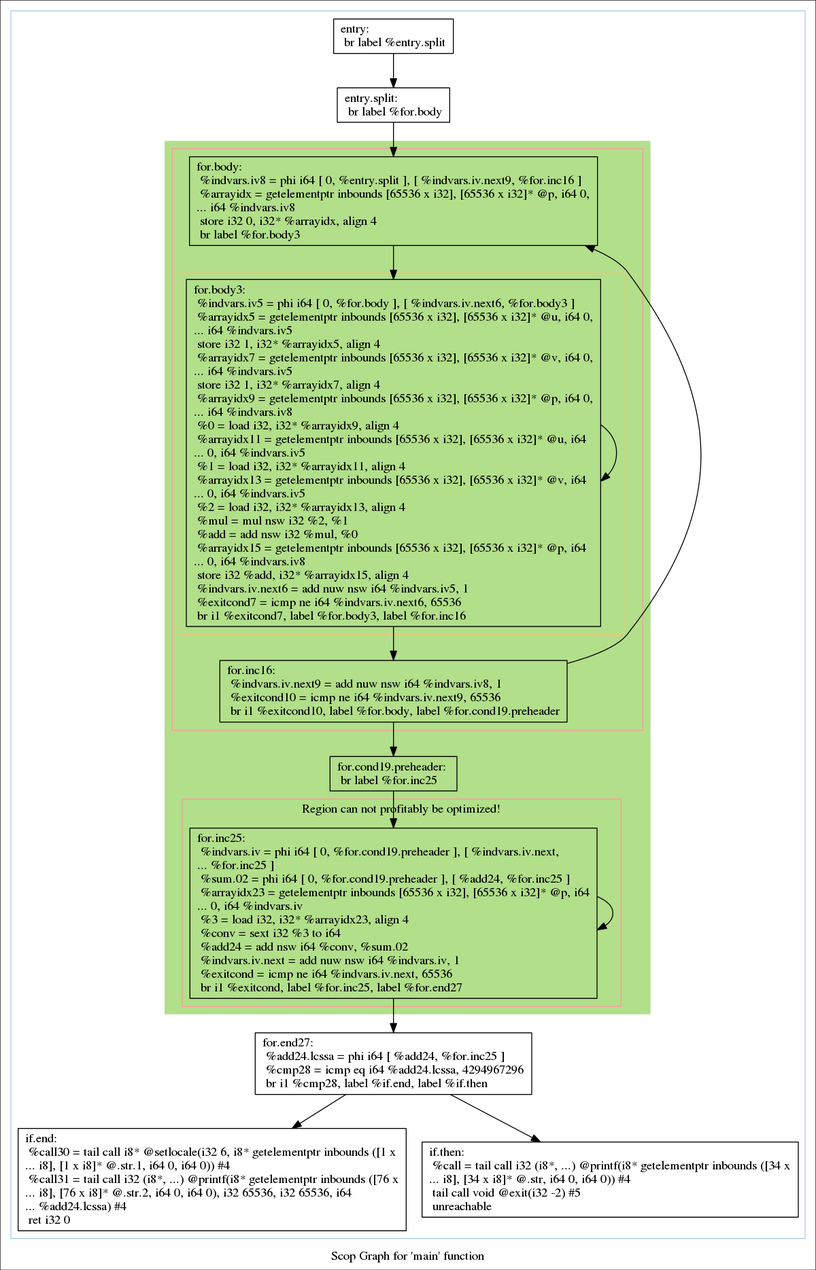
Earlier version of the Graphviz export polly/VectorMult/impl/handwritten/dot/scops.main.dot.png (samminweng/WhileyOpenCL). Its source is kept beside it as polly/VectorMult/impl/handwritten/dot/scops.main.dot. Source of this version:
```dot
digraph "Scop Graph for 'main' function" {
	label="Scop Graph for 'main' function";

	Node0x530cc50 [shape=record,label="{entry:\l  br label %entry.split\l}"];
	Node0x530cc50 -> Node0x530cf10;
	Node0x530cf10 [shape=record,label="{entry.split:                                      \l  br label %for.body\l}"];
	Node0x530cf10 -> Node0x530cd70;
	Node0x530cd70 [shape=record,label="{for.body:                                         \l  %indvars.iv8 = phi i64 [ 0, %entry.split ], [ %indvars.iv.next9, %for.inc16 ]\l  %arrayidx = getelementptr inbounds [65536 x i32], [65536 x i32]* @p, i64 0,\l... i64 %indvars.iv8\l  store i32 0, i32* %arrayidx, align 4\l  br label %for.body3\l}"];
	Node0x530cd70 -> Node0x531f900;
	Node0x531f900 [shape=record,label="{for.body3:                                        \l  %indvars.iv5 = phi i64 [ 0, %for.body ], [ %indvars.iv.next6, %for.body3 ]\l  %arrayidx5 = getelementptr inbounds [65536 x i32], [65536 x i32]* @u, i64 0,\l... i64 %indvars.iv5\l  store i32 1, i32* %arrayidx5, align 4\l  %arrayidx7 = getelementptr inbounds [65536 x i32], [65536 x i32]* @v, i64 0,\l... i64 %indvars.iv5\l  store i32 1, i32* %arrayidx7, align 4\l  %arrayidx9 = getelementptr inbounds [65536 x i32], [65536 x i32]* @p, i64 0,\l... i64 %indvars.iv8\l  %0 = load i32, i32* %arrayidx9, align 4\l  %arrayidx11 = getelementptr inbounds [65536 x i32], [65536 x i32]* @u, i64\l... 0, i64 %indvars.iv5\l  %1 = load i32, i32* %arrayidx11, align 4\l  %arrayidx13 = getelementptr inbounds [65536 x i32], [65536 x i32]* @v, i64\l... 0, i64 %indvars.iv5\l  %2 = load i32, i32* %arrayidx13, align 4\l  %mul = mul nsw i32 %2, %1\l  %add = add nsw i32 %mul, %0\l  %arrayidx15 = getelementptr inbounds [65536 x i32], [65536 x i32]* @p, i64\l... 0, i64 %indvars.iv8\l  store i32 %add, i32* %arrayidx15, align 4\l  %indvars.iv.next6 = add nuw nsw i64 %indvars.iv5, 1\l  %exitcond7 = icmp ne i64 %indvars.iv.next6, 65536\l  br i1 %exitcond7, label %for.body3, label %for.inc16\l}"];
	Node0x531f900 -> Node0x531f900[constraint=false];
	Node0x531f900 -> Node0x531b1b0;
	Node0x531b1b0 [shape=record,label="{for.inc16:                                        \l  %indvars.iv.next9 = add nuw nsw i64 %indvars.iv8, 1\l  %exitcond10 = icmp ne i64 %indvars.iv.next9, 65536\l  br i1 %exitcond10, label %for.body, label %for.cond19.preheader\l}"];
	Node0x531b1b0 -> Node0x530cd70[constraint=false];
	Node0x531b1b0 -> Node0x531d260;
	Node0x531d260 [shape=record,label="{for.cond19.preheader:                             \l  br label %for.inc25\l}"];
	Node0x531d260 -> Node0x531f890;
	Node0x531f890 [shape=record,label="{for.inc25:                                        \l  %indvars.iv = phi i64 [ 0, %for.cond19.preheader ], [ %indvars.iv.next,\l... %for.inc25 ]\l  %sum.02 = phi i64 [ 0, %for.cond19.preheader ], [ %add24, %for.inc25 ]\l  %arrayidx23 = getelementptr inbounds [65536 x i32], [65536 x i32]* @p, i64\l... 0, i64 %indvars.iv\l  %3 = load i32, i32* %arrayidx23, align 4\l  %conv = sext i32 %3 to i64\l  %add24 = add nsw i64 %conv, %sum.02\l  %indvars.iv.next = add nuw nsw i64 %indvars.iv, 1\l  %exitcond = icmp ne i64 %indvars.iv.next, 65536\l  br i1 %exitcond, label %for.inc25, label %for.end27\l}"];
	Node0x531f890 -> Node0x531f890[constraint=false];
	Node0x531f890 -> Node0x531d100;
	Node0x531d100 [shape=record,label="{for.end27:                                        \l  %add24.lcssa = phi i64 [ %add24, %for.inc25 ]\l  %cmp28 = icmp eq i64 %add24.lcssa, 4294967296\l  br i1 %cmp28, label %if.end, label %if.then\l}"];
	Node0x531d100 -> Node0x531eaf0;
	Node0x531d100 -> Node0x531d200;
	Node0x531eaf0 [shape=record,label="{if.end:                                           \l  %call30 = tail call i8* @setlocale(i32 6, i8* getelementptr inbounds ([1 x\l... i8], [1 x i8]* @.str.1, i64 0, i64 0)) #4\l  %call31 = tail call i32 (i8*, ...) @printf(i8* getelementptr inbounds ([76 x\l... i8], [76 x i8]* @.str.2, i64 0, i64 0), i32 65536, i32 65536, i64\l... %add24.lcssa) #4\l  ret i32 0\l}"];
	Node0x531d200 [shape=record,label="{if.then:                                          \l  %call = tail call i32 (i8*, ...) @printf(i8* getelementptr inbounds ([34 x\l... i8], [34 x i8]* @.str, i64 0, i64 0)) #4\l  tail call void @exit(i32 -2) #5\l  unreachable\l}"];
	colorscheme = "paired12"
        subgraph cluster_0x530cbd0 {
          label = "";
          style = solid;
          color = 1
          subgraph cluster_0x531e5c0 {
            label = "";
            style = filled;
            color = 3            subgraph cluster_0x530dfb0 {
              label = "";
              style = solid;
              color = 5
              subgraph cluster_0x530df30 {
                label = "";
                style = solid;
                color = 7
                Node0x531f900;
              }
              Node0x530cd70;
              Node0x531b1b0;
            }
            subgraph cluster_0x530ccf0 {
              label = "Region can not profitably be optimized!";
              style = solid;
              color = 5
              Node0x531f890;
            }
            Node0x531d260;
          }
          Node0x530cc50;
          Node0x530cf10;
          Node0x531d100;
          Node0x531eaf0;
          Node0x531d200;
        }
}
```
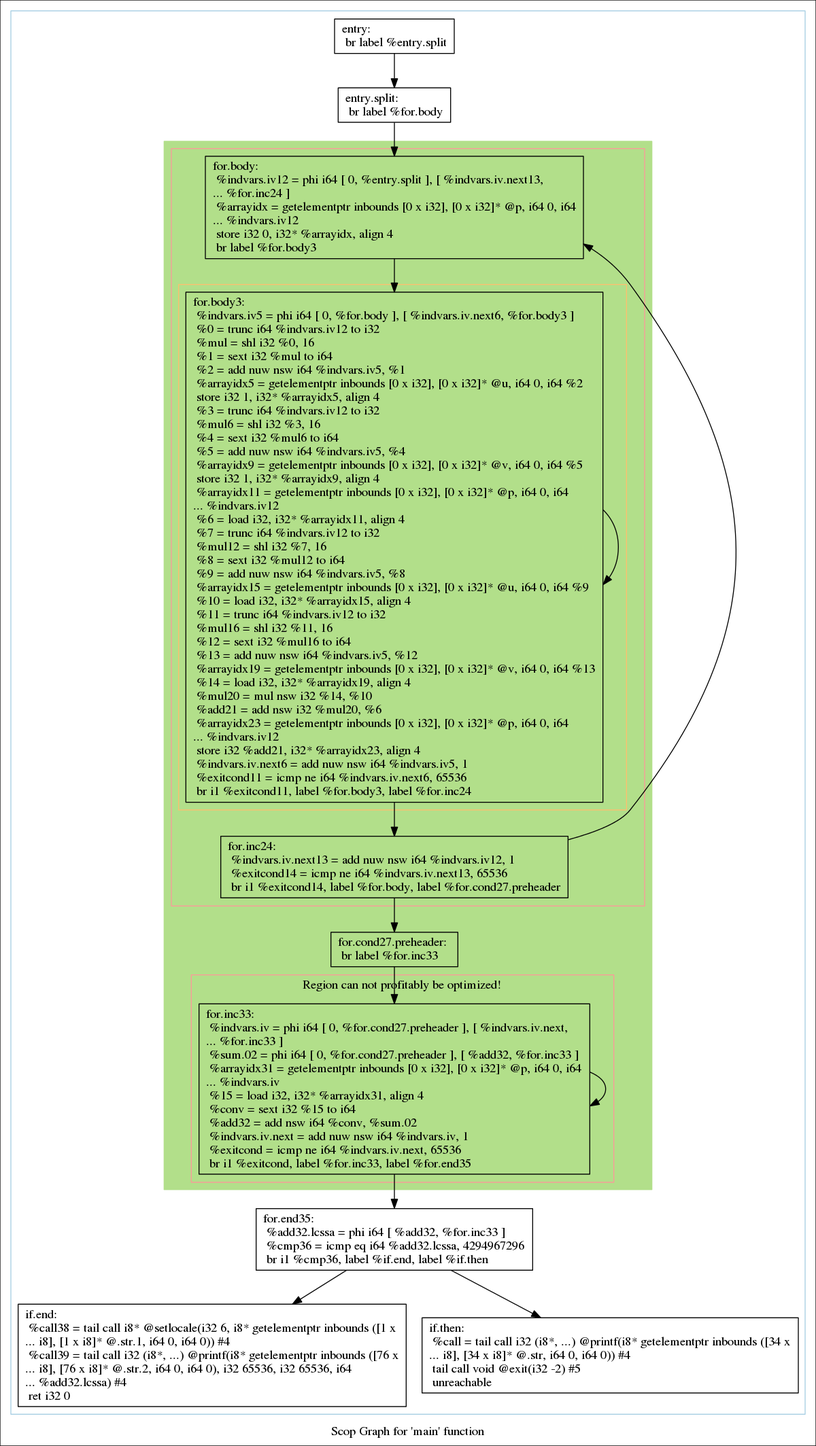
The same file after the commit.

Diff of the diagram source:
```diff
@@ -1,61 +1,61 @@
 digraph "Scop Graph for 'main' function" {
 	label="Scop Graph for 'main' function";
 
-	Node0x530cc50 [shape=record,label="{entry:\l  br label %entry.split\l}"];
-	Node0x530cc50 -> Node0x530cf10;
-	Node0x530cf10 [shape=record,label="{entry.split:                                      \l  br label %for.body\l}"];
-	Node0x530cf10 -> Node0x530cd70;
-	Node0x530cd70 [shape=record,label="{for.body:                                         \l  %indvars.iv8 = phi i64 [ 0, %entry.split ], [ %indvars.iv.next9, %for.inc16 ]\l  %arrayidx = getelementptr inbounds [65536 x i32], [65536 x i32]* @p, i64 0,\l... i64 %indvars.iv8\l  store i32 0, i32* %arrayidx, align 4\l  br label %for.body3\l}"];
-	Node0x530cd70 -> Node0x531f900;
-	Node0x531f900 [shape=record,label="{for.body3:                                        \l  %indvars.iv5 = phi i64 [ 0, %for.body ], [ %indvars.iv.next6, %for.body3 ]\l  %arrayidx5 = getelementptr inbounds [65536 x i32], [65536 x i32]* @u, i64 0,\l... i64 %indvars.iv5\l  store i32 1, i32* %arrayidx5, align 4\l  %arrayidx7 = getelementptr inbounds [65536 x i32], [65536 x i32]* @v, i64 0,\l... i64 %indvars.iv5\l  store i32 1, i32* %arrayidx7, align 4\l  %arrayidx9 = getelementptr inbounds [65536 x i32], [65536 x i32]* @p, i64 0,\l... i64 %indvars.iv8\l  %0 = load i32, i32* %arrayidx9, align 4\l  %arrayidx11 = getelementptr inbounds [65536 x i32], [65536 x i32]* @u, i64\l... 0, i64 %indvars.iv5\l  %1 = load i32, i32* %arrayidx11, align 4\l  %arrayidx13 = getelementptr inbounds [65536 x i32], [65536 x i32]* @v, i64\l... 0, i64 %indvars.iv5\l  %2 = load i32, i32* %arrayidx13, align 4\l  %mul = mul nsw i32 %2, %1\l  %add = add nsw i32 %mul, %0\l  %arrayidx15 = getelementptr inbounds [65536 x i32], [65536 x i32]* @p, i64\l... 0, i64 %indvars.iv8\l  store i32 %add, i32* %arrayidx15, align 4\l  %indvars.iv.next6 = add nuw nsw i64 %indvars.iv5, 1\l  %exitcond7 = icmp ne i64 %indvars.iv.next6, 65536\l  br i1 %exitcond7, label %for.body3, label %for.inc16\l}"];
-	Node0x531f900 -> Node0x531f900[constraint=false];
-	Node0x531f900 -> Node0x531b1b0;
-	Node0x531b1b0 [shape=record,label="{for.inc16:                                        \l  %indvars.iv.next9 = add nuw nsw i64 %indvars.iv8, 1\l  %exitcond10 = icmp ne i64 %indvars.iv.next9, 65536\l  br i1 %exitcond10, label %for.body, label %for.cond19.preheader\l}"];
-	Node0x531b1b0 -> Node0x530cd70[constraint=false];
-	Node0x531b1b0 -> Node0x531d260;
-	Node0x531d260 [shape=record,label="{for.cond19.preheader:                             \l  br label %for.inc25\l}"];
-	Node0x531d260 -> Node0x531f890;
-	Node0x531f890 [shape=record,label="{for.inc25:                                        \l  %indvars.iv = phi i64 [ 0, %for.cond19.preheader ], [ %indvars.iv.next,\l... %for.inc25 ]\l  %sum.02 = phi i64 [ 0, %for.cond19.preheader ], [ %add24, %for.inc25 ]\l  %arrayidx23 = getelementptr inbounds [65536 x i32], [65536 x i32]* @p, i64\l... 0, i64 %indvars.iv\l  %3 = load i32, i32* %arrayidx23, align 4\l  %conv = sext i32 %3 to i64\l  %add24 = add nsw i64 %conv, %sum.02\l  %indvars.iv.next = add nuw nsw i64 %indvars.iv, 1\l  %exitcond = icmp ne i64 %indvars.iv.next, 65536\l  br i1 %exitcond, label %for.inc25, label %for.end27\l}"];
-	Node0x531f890 -> Node0x531f890[constraint=false];
-	Node0x531f890 -> Node0x531d100;
-	Node0x531d100 [shape=record,label="{for.end27:                                        \l  %add24.lcssa = phi i64 [ %add24, %for.inc25 ]\l  %cmp28 = icmp eq i64 %add24.lcssa, 4294967296\l  br i1 %cmp28, label %if.end, label %if.then\l}"];
-	Node0x531d100 -> Node0x531eaf0;
-	Node0x531d100 -> Node0x531d200;
-	Node0x531eaf0 [shape=record,label="{if.end:                                           \l  %call30 = tail call i8* @setlocale(i32 6, i8* getelementptr inbounds ([1 x\l... i8], [1 x i8]* @.str.1, i64 0, i64 0)) #4\l  %call31 = tail call i32 (i8*, ...) @printf(i8* getelementptr inbounds ([76 x\l... i8], [76 x i8]* @.str.2, i64 0, i64 0), i32 65536, i32 65536, i64\l... %add24.lcssa) #4\l  ret i32 0\l}"];
-	Node0x531d200 [shape=record,label="{if.then:                                          \l  %call = tail call i32 (i8*, ...) @printf(i8* getelementptr inbounds ([34 x\l... i8], [34 x i8]* @.str, i64 0, i64 0)) #4\l  tail call void @exit(i32 -2) #5\l  unreachable\l}"];
+	Node0x523b450 [shape=record,label="{entry:\l  br label %entry.split\l}"];
+	Node0x523b450 -> Node0x524df10;
+	Node0x524df10 [shape=record,label="{entry.split:                                      \l  br label %for.body\l}"];
+	Node0x524df10 -> Node0x523b570;
+	Node0x523b570 [shape=record,label="{for.body:                                         \l  %indvars.iv12 = phi i64 [ 0, %entry.split ], [ %indvars.iv.next13,\l... %for.inc24 ]\l  %arrayidx = getelementptr inbounds [0 x i32], [0 x i32]* @p, i64 0, i64\l... %indvars.iv12\l  store i32 0, i32* %arrayidx, align 4\l  br label %for.body3\l}"];
+	Node0x523b570 -> Node0x5250170;
+	Node0x5250170 [shape=record,label="{for.body3:                                        \l  %indvars.iv5 = phi i64 [ 0, %for.body ], [ %indvars.iv.next6, %for.body3 ]\l  %0 = trunc i64 %indvars.iv12 to i32\l  %mul = shl i32 %0, 16\l  %1 = sext i32 %mul to i64\l  %2 = add nuw nsw i64 %indvars.iv5, %1\l  %arrayidx5 = getelementptr inbounds [0 x i32], [0 x i32]* @u, i64 0, i64 %2\l  store i32 1, i32* %arrayidx5, align 4\l  %3 = trunc i64 %indvars.iv12 to i32\l  %mul6 = shl i32 %3, 16\l  %4 = sext i32 %mul6 to i64\l  %5 = add nuw nsw i64 %indvars.iv5, %4\l  %arrayidx9 = getelementptr inbounds [0 x i32], [0 x i32]* @v, i64 0, i64 %5\l  store i32 1, i32* %arrayidx9, align 4\l  %arrayidx11 = getelementptr inbounds [0 x i32], [0 x i32]* @p, i64 0, i64\l... %indvars.iv12\l  %6 = load i32, i32* %arrayidx11, align 4\l  %7 = trunc i64 %indvars.iv12 to i32\l  %mul12 = shl i32 %7, 16\l  %8 = sext i32 %mul12 to i64\l  %9 = add nuw nsw i64 %indvars.iv5, %8\l  %arrayidx15 = getelementptr inbounds [0 x i32], [0 x i32]* @u, i64 0, i64 %9\l  %10 = load i32, i32* %arrayidx15, align 4\l  %11 = trunc i64 %indvars.iv12 to i32\l  %mul16 = shl i32 %11, 16\l  %12 = sext i32 %mul16 to i64\l  %13 = add nuw nsw i64 %indvars.iv5, %12\l  %arrayidx19 = getelementptr inbounds [0 x i32], [0 x i32]* @v, i64 0, i64 %13\l  %14 = load i32, i32* %arrayidx19, align 4\l  %mul20 = mul nsw i32 %14, %10\l  %add21 = add nsw i32 %mul20, %6\l  %arrayidx23 = getelementptr inbounds [0 x i32], [0 x i32]* @p, i64 0, i64\l... %indvars.iv12\l  store i32 %add21, i32* %arrayidx23, align 4\l  %indvars.iv.next6 = add nuw nsw i64 %indvars.iv5, 1\l  %exitcond11 = icmp ne i64 %indvars.iv.next6, 65536\l  br i1 %exitcond11, label %for.body3, label %for.inc24\l}"];
+	Node0x5250170 -> Node0x5250170[constraint=false];
+	Node0x5250170 -> Node0x5249c50;
+	Node0x5249c50 [shape=record,label="{for.inc24:                                        \l  %indvars.iv.next13 = add nuw nsw i64 %indvars.iv12, 1\l  %exitcond14 = icmp ne i64 %indvars.iv.next13, 65536\l  br i1 %exitcond14, label %for.body, label %for.cond27.preheader\l}"];
+	Node0x5249c50 -> Node0x523b570[constraint=false];
+	Node0x5249c50 -> Node0x524dc10;
+	Node0x524dc10 [shape=record,label="{for.cond27.preheader:                             \l  br label %for.inc33\l}"];
+	Node0x524dc10 -> Node0x524d7b0;
+	Node0x524d7b0 [shape=record,label="{for.inc33:                                        \l  %indvars.iv = phi i64 [ 0, %for.cond27.preheader ], [ %indvars.iv.next,\l... %for.inc33 ]\l  %sum.02 = phi i64 [ 0, %for.cond27.preheader ], [ %add32, %for.inc33 ]\l  %arrayidx31 = getelementptr inbounds [0 x i32], [0 x i32]* @p, i64 0, i64\l... %indvars.iv\l  %15 = load i32, i32* %arrayidx31, align 4\l  %conv = sext i32 %15 to i64\l  %add32 = add nsw i64 %conv, %sum.02\l  %indvars.iv.next = add nuw nsw i64 %indvars.iv, 1\l  %exitcond = icmp ne i64 %indvars.iv.next, 65536\l  br i1 %exitcond, label %for.inc33, label %for.end35\l}"];
+	Node0x524d7b0 -> Node0x524d7b0[constraint=false];
+	Node0x524d7b0 -> Node0x524def0;
+	Node0x524def0 [shape=record,label="{for.end35:                                        \l  %add32.lcssa = phi i64 [ %add32, %for.inc33 ]\l  %cmp36 = icmp eq i64 %add32.lcssa, 4294967296\l  br i1 %cmp36, label %if.end, label %if.then\l}"];
+	Node0x524def0 -> Node0x524d410;
+	Node0x524def0 -> Node0x524f1f0;
+	Node0x524d410 [shape=record,label="{if.end:                                           \l  %call38 = tail call i8* @setlocale(i32 6, i8* getelementptr inbounds ([1 x\l... i8], [1 x i8]* @.str.1, i64 0, i64 0)) #4\l  %call39 = tail call i32 (i8*, ...) @printf(i8* getelementptr inbounds ([76 x\l... i8], [76 x i8]* @.str.2, i64 0, i64 0), i32 65536, i32 65536, i64\l... %add32.lcssa) #4\l  ret i32 0\l}"];
+	Node0x524f1f0 [shape=record,label="{if.then:                                          \l  %call = tail call i32 (i8*, ...) @printf(i8* getelementptr inbounds ([34 x\l... i8], [34 x i8]* @.str, i64 0, i64 0)) #4\l  tail call void @exit(i32 -2) #5\l  unreachable\l}"];
 	colorscheme = "paired12"
-        subgraph cluster_0x530cbd0 {
+        subgraph cluster_0x523b3d0 {
           label = "";
           style = solid;
           color = 1
-          subgraph cluster_0x531e5c0 {
+          subgraph cluster_0x524eeb0 {
             label = "";
             style = filled;
-            color = 3            subgraph cluster_0x530dfb0 {
+            color = 3            subgraph cluster_0x523c7b0 {
               label = "";
               style = solid;
               color = 5
-              subgraph cluster_0x530df30 {
+              subgraph cluster_0x523c730 {
                 label = "";
                 style = solid;
                 color = 7
-                Node0x531f900;
+                Node0x5250170;
               }
-              Node0x530cd70;
-              Node0x531b1b0;
+              Node0x523b570;
+              Node0x5249c50;
             }
-            subgraph cluster_0x530ccf0 {
+            subgraph cluster_0x523b4f0 {
               label = "Region can not profitably be optimized!";
               style = solid;
               color = 5
-              Node0x531f890;
+              Node0x524d7b0;
             }
-            Node0x531d260;
+            Node0x524dc10;
           }
-          Node0x530cc50;
-          Node0x530cf10;
-          Node0x531d100;
-          Node0x531eaf0;
-          Node0x531d200;
+          Node0x523b450;
+          Node0x524df10;
+          Node0x524def0;
+          Node0x524d410;
+          Node0x524f1f0;
         }
 }
```
